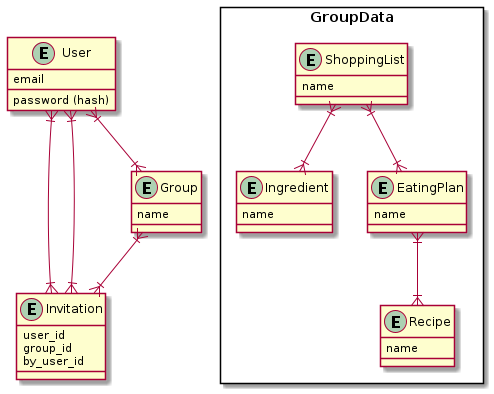
The PlantUML diagram data-model.png in jeyj0/shopping-list-manager, before a commit.
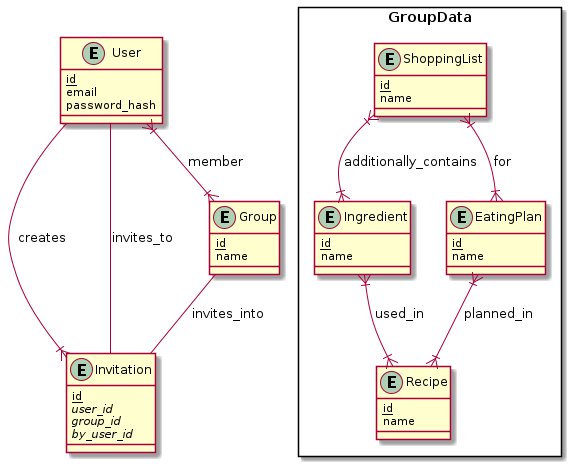
Above is the later version.

Commit message:
add missing relationship names

Change to the diagram source:
```diff
@@ -1,37 +1,45 @@
 @startuml
 package GroupData <<Rectangle>> {
   entity Ingredient {
+      {static} id
       name
   }
   entity Recipe {
+      {static} id
       name
   }
   entity EatingPlan {
+      {static} id
       name
   }
   entity ShoppingList {
+      {static} id
       name
   }
 }
 entity User {
+     {static} id
      email
-     password (hash)
+     password_hash
 }
 entity Invitation {
-     user_id
-     group_id
-     by_user_id
+     {static} id
+     {abstract} user_id
+     {abstract} group_id
+     {abstract} by_user_id
 }
 entity Group {
+     {static} id
      name
 }
 
-User }|--|{ Group
-User }|--|{ Invitation
-User }|--|{ Invitation
-Group }|--|{ Invitation
+User }|--|{ Group : member
+User --|{ Invitation : creates
+User -- Invitation : invites_to
+Group -- Invitation : invites_into
 
-EatingPlan }|--|{ Recipe
-ShoppingList }|--|{ EatingPlan
-ShoppingList }|--|{ Ingredient
+Ingredient }|--|{ Recipe : used_in
+EatingPlan }|--|{ Recipe : planned_in
+ShoppingList }|--|{ EatingPlan : for
+ShoppingList }|--|{ Ingredient : additionally_contains
 @enduml
```
